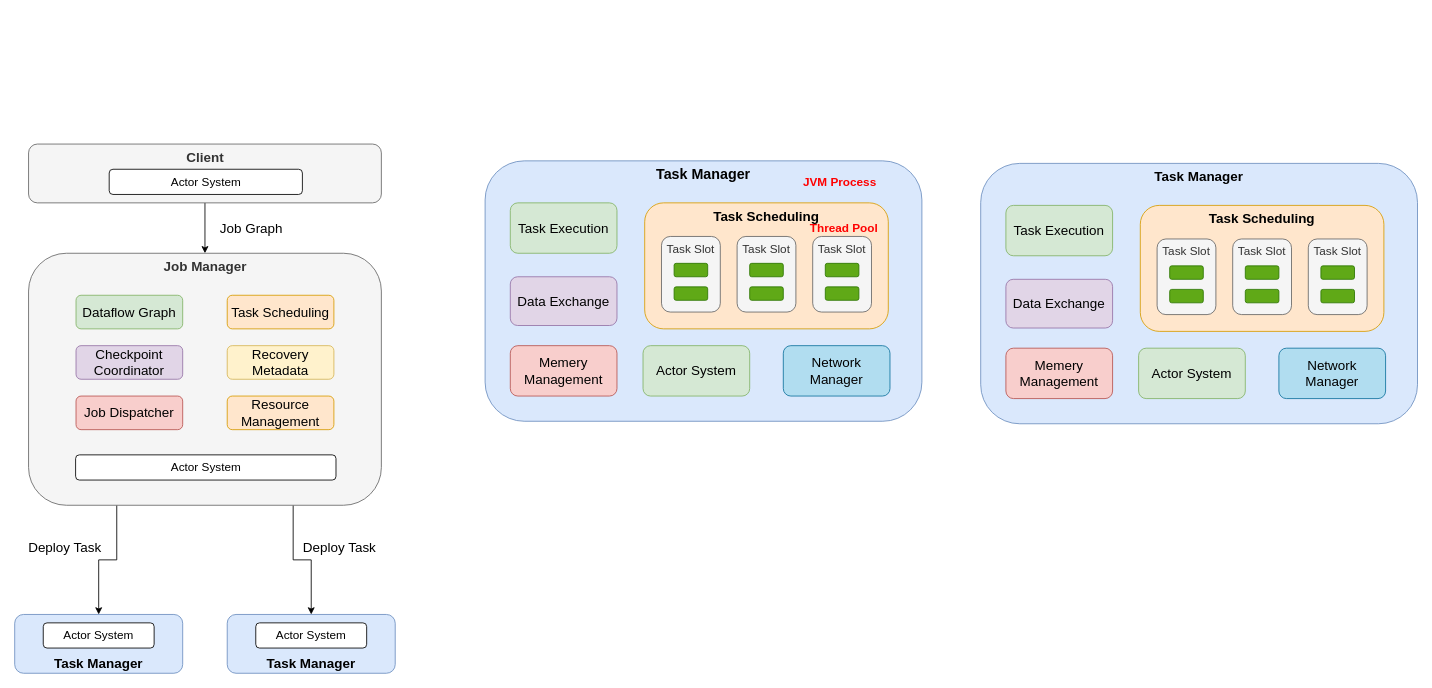
Before: BigData/Flink架构.drawio in linkypi/xmind, a draw.io diagram. Source tidied: cells renumbered, new cells numbered last; positions are measured from the earlier drawing's top-left corner, leaving out a move shared by most shapes. Both pictures are drawn from the tidied source at 84%, with x=0, y=0 at pixel (14, 144).
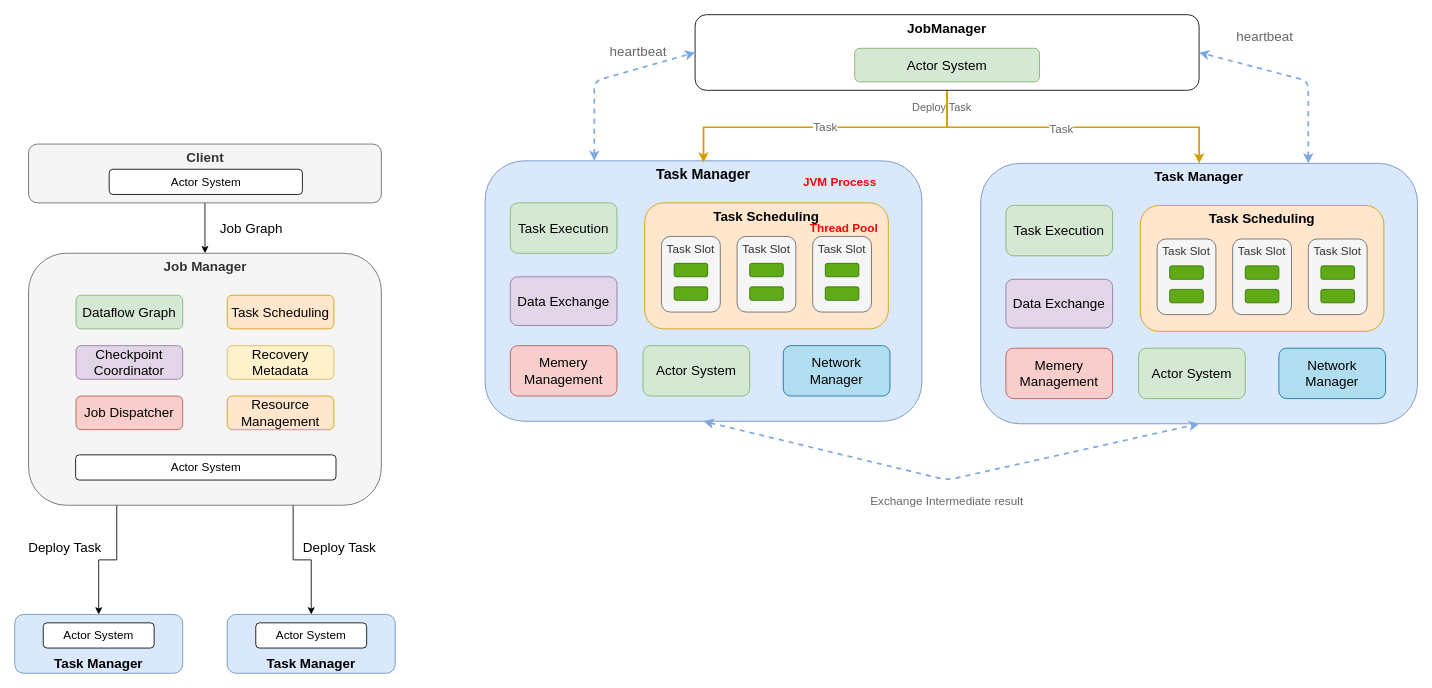
The same page after the edit.

Commit message (it also covers changes not shown here):
update flink archtec

Unchanged cells that the change refers to:
```xml
<mxCell id="22" value="Task Manager" style="rounded=1;whiteSpace=wrap;html=1;fontSize=17;verticalAlign=top;fontStyle=1;fillColor=#dae8fc;strokeColor=#6c8ebf;" parent="1" vertex="1">
  <mxGeometry x="560" y="20" width="520" height="310" as="geometry" />
</mxCell>
<mxCell id="38" value="Task Manager" style="rounded=1;whiteSpace=wrap;html=1;fontSize=16;verticalAlign=top;fontStyle=1;fillColor=#dae8fc;strokeColor=#6c8ebf;" parent="1" vertex="1">
  <mxGeometry x="1150" y="23" width="520" height="310" as="geometry" />
</mxCell>
```

Change to the diagram source:
```diff
@@
+    <mxCell id="56" value="Task" style="edgeStyle=orthogonalEdgeStyle;rounded=0;orthogonalLoop=1;jettySize=auto;html=1;exitX=0.5;exitY=1;exitDx=0;exitDy=0;entryX=0.5;entryY=0;entryDx=0;entryDy=0;strokeColor=#d79b00;strokeWidth=2;fontSize=14;fontColor=#666666;fillColor=#ffe6cc;" parent="1" edge="1">
+      <mxGeometry relative="1" as="geometry">
+        <mxPoint x="1110" y="-62" as="sourcePoint" />
+        <mxPoint x="820" y="22" as="targetPoint" />
+        <Array as="points">
+          <mxPoint x="1110" y="-20" />
+          <mxPoint x="820" y="-20" />
+        </Array>
+      </mxGeometry>
+    </mxCell>
+    <mxCell id="57" style="edgeStyle=orthogonalEdgeStyle;rounded=0;jettySize=auto;html=1;exitX=0.5;exitY=1;exitDx=0;exitDy=0;entryX=0.5;entryY=0;entryDx=0;entryDy=0;strokeColor=#d79b00;strokeWidth=2;fontSize=16;fontColor=#666666;fillColor=#ffe6cc;" parent="1" edge="1" source="59" target="38">
+      <mxGeometry relative="1" as="geometry">
+        <Array as="points">
+          <mxPoint x="1110" y="-20" />
+          <mxPoint x="1410" y="-20" />
+        </Array>
+      </mxGeometry>
+    </mxCell>
+    <mxCell id="58" value="Task" style="edgeLabel;html=1;align=center;verticalAlign=middle;fontSize=14;fontColor=#666666;" parent="57" vertex="1">
+      <mxGeometry x="-0.08" relative="1" as="geometry">
+        <mxPoint x="1" y="1" as="offset" />
+      </mxGeometry>
+    </mxCell>
+    <mxCell id="59" value="JobManager" style="rounded=1;whiteSpace=wrap;html=1;fontStyle=1;verticalAlign=top;fontSize=16;" parent="1" vertex="1">
+      <mxGeometry x="810" y="-154" width="600" height="90" as="geometry" />
+    </mxCell>
+    <mxCell id="60" value="Actor System" style="rounded=1;whiteSpace=wrap;html=1;fontSize=16;fillColor=#d5e8d4;strokeColor=#82b366;" parent="1" vertex="1">
+      <mxGeometry x="1000" y="-114" width="220" height="40" as="geometry" />
+    </mxCell>
+    <mxCell id="61" style="endArrow=classic;startArrow=classic;html=1;fontSize=16;entryX=0;entryY=0.5;entryDx=0;entryDy=0;exitX=0.25;exitY=0;exitDx=0;exitDy=0;dashed=1;fillColor=#ffe6cc;strokeWidth=2;strokeColor=#7EA6E0;" parent="1" edge="1" source="22" target="59">
+      <mxGeometry relative="1" as="geometry">
+        <Array as="points">
+          <mxPoint x="690" y="-75" />
+        </Array>
+      </mxGeometry>
+    </mxCell>
+    <mxCell id="62" value="heartbeat" style="edgeLabel;html=1;align=center;verticalAlign=middle;fontSize=16;fontColor=#666666;" parent="61" vertex="1">
+      <mxGeometry x="0.31" relative="1" as="geometry">
+        <mxPoint x="4" y="-22" as="offset" />
+      </mxGeometry>
+    </mxCell>
+    <mxCell id="63" style="endArrow=classic;startArrow=classic;html=1;dashed=1;strokeColor=#7EA6E0;strokeWidth=2;fontSize=16;fontColor=#666666;entryX=1;entryY=0.5;entryDx=0;entryDy=0;exitX=0.75;exitY=0;exitDx=0;exitDy=0;" parent="1" edge="1" source="38" target="59">
+      <mxGeometry relative="1" as="geometry">
+        <Array as="points">
+          <mxPoint x="1540" y="-75" />
+        </Array>
+      </mxGeometry>
+    </mxCell>
+    <mxCell id="64" value="heartbeat" style="edgeLabel;html=1;align=center;verticalAlign=middle;fontSize=16;fontColor=#666666;" parent="1" vertex="1">
+      <mxGeometry x="748" y="-124" as="geometry">
+        <mxPoint x="739" y="-5" as="offset" />
+      </mxGeometry>
+    </mxCell>
+    <mxCell id="65" value="Deploy Task" style="text;html=1;strokeColor=none;fillColor=none;align=center;verticalAlign=middle;whiteSpace=wrap;rounded=0;fontSize=13;fontColor=#666666;" parent="1" vertex="1">
+      <mxGeometry x="1049" y="-54" width="110" height="20" as="geometry" />
+    </mxCell>
+    <mxCell id="66" style="endArrow=classic;startArrow=classic;html=1;strokeColor=#7EA6E0;strokeWidth=2;fontSize=14;fontColor=#666666;entryX=0.5;entryY=1;entryDx=0;entryDy=0;exitX=0.5;exitY=1;exitDx=0;exitDy=0;dashed=1;" parent="1" edge="1" source="22" target="38">
+      <mxGeometry relative="1" as="geometry">
+        <Array as="points">
+          <mxPoint x="1110" y="400" />
+        </Array>
+      </mxGeometry>
+    </mxCell>
+    <mxCell id="67" value="Exchange Intermediate result" style="text;html=1;strokeColor=none;fillColor=none;align=center;verticalAlign=middle;whiteSpace=wrap;rounded=0;fontSize=14;fontColor=#666666;" parent="1" vertex="1">
+      <mxGeometry x="1010" y="415" width="200" height="20" as="geometry" />
+    </mxCell>
```
